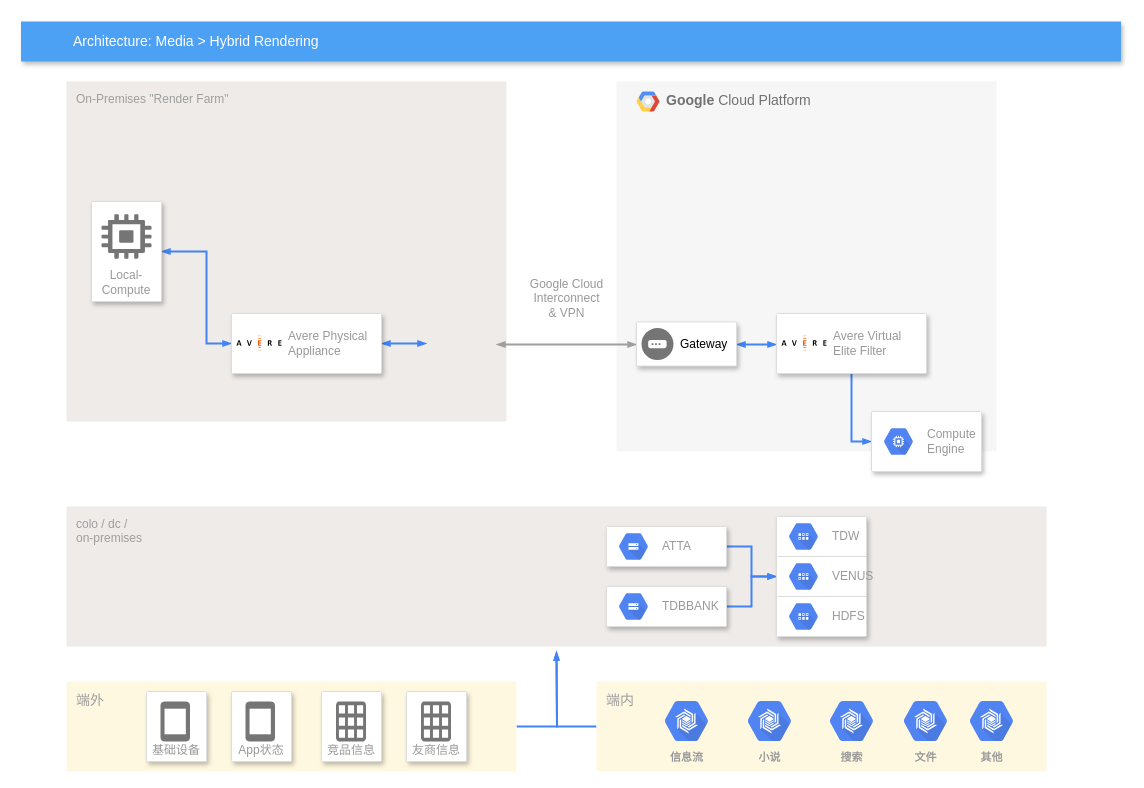
feiwsteven/cython keeps this draw.io diagram as engineering_Diagram.drawio. Above is the earlier version. Source tidied: cells renumbered, new cells numbered last; positions are measured from the earlier drawing's top-left corner, leaving out a move shared by most shapes. Both pictures are drawn from the tidied source at 100%, with x=0, y=0 at pixel (20, 21).
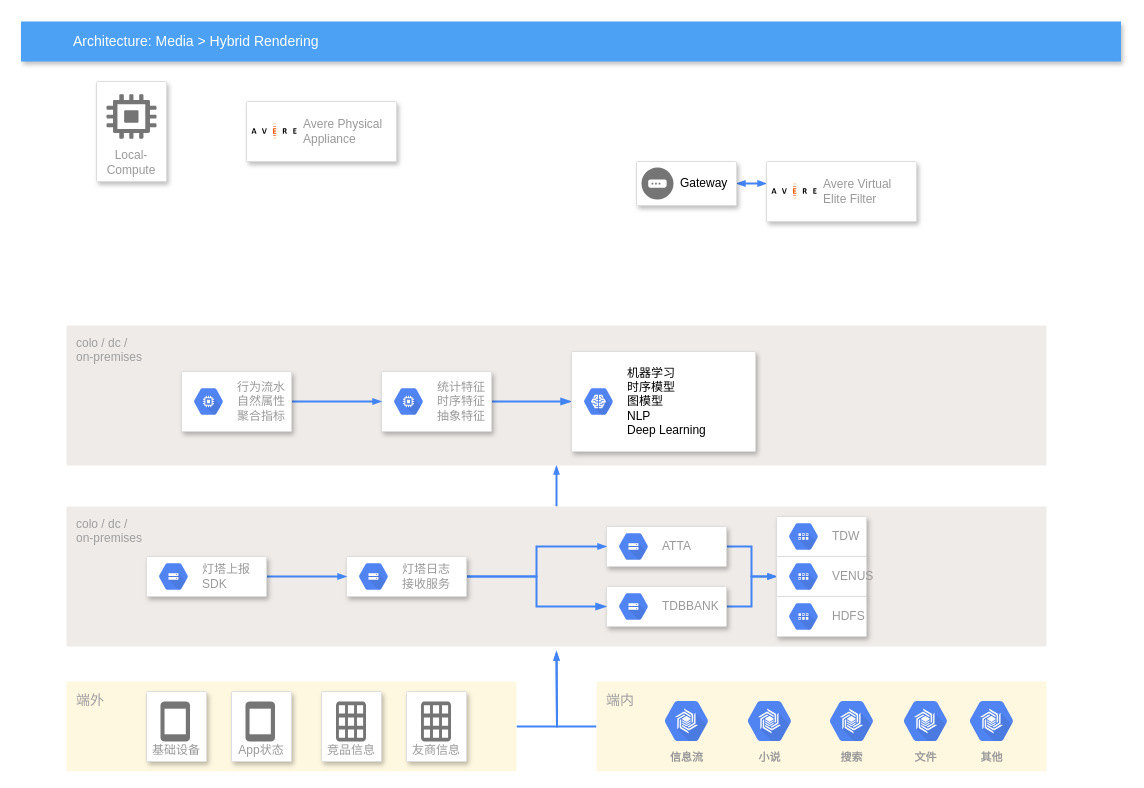
The same diagram, later.

Unchanged cells that the change refers to:
```xml
<mxCell id="38" value="colo / dc /&#10;on-premises" style="sketch=0;points=[[0,0,0],[0.25,0,0],[0.5,0,0],[0.75,0,0],[1,0,0],[1,0.25,0],[1,0.5,0],[1,0.75,0],[1,1,0],[0.75,1,0],[0.5,1,0],[0.25,1,0],[0,1,0],[0,0.75,0],[0,0.5,0],[0,0.25,0]];rounded=1;absoluteArcSize=1;arcSize=2;html=1;strokeColor=none;gradientColor=none;shadow=0;dashed=0;fontSize=12;fontColor=#9E9E9E;align=left;verticalAlign=top;spacing=10;spacingTop=-4;fillColor=#EFEBE9;" parent="1" vertex="1">
  <mxGeometry x="46" y="485" width="980" height="140" as="geometry" />
</mxCell>
<mxCell id="40" style="strokeColor=#dddddd;fillColor=#ffffff;shadow=1;strokeWidth=1;rounded=1;absoluteArcSize=1;arcSize=2;fontSize=17;fontColor=#000000;align=right;html=1;" parent="1" vertex="1">
  <mxGeometry x="586" y="505" width="120" height="40" as="geometry" />
</mxCell>
<mxCell id="43" style="strokeColor=#dddddd;fillColor=#ffffff;shadow=1;strokeWidth=1;rounded=1;absoluteArcSize=1;arcSize=2;fontSize=17;fontColor=#000000;align=right;html=1;" parent="1" vertex="1">
  <mxGeometry x="586" y="565" width="120" height="40" as="geometry" />
</mxCell>
```

What changed in the source:
```diff
@@
-    <mxCell id="2" value="&lt;b&gt;Google &lt;/b&gt;Cloud Platform" style="fillColor=#F6F6F6;strokeColor=none;shadow=0;gradientColor=none;fontSize=14;align=left;spacing=10;fontColor=#717171;9E9E9E;verticalAlign=top;spacingTop=-4;fontStyle=0;spacingLeft=40;html=1;" parent="1" vertex="1">
-      <mxGeometry x="596" y="60" width="380" height="370" as="geometry" />
-    </mxCell>
-    <mxCell id="3" style="shape=mxgraph.gcp2.google_cloud_platform;fillColor=#F6F6F6;strokeColor=none;shadow=0;gradientColor=none;" parent="2" vertex="1">
-      <mxGeometry width="23" height="20" relative="1" as="geometry">
-        <mxPoint x="20" y="10" as="offset" />
-      </mxGeometry>
-    </mxCell>
@@
-    <mxCell id="5" value="On-Premises &quot;Render Farm&quot;" style="rounded=1;absoluteArcSize=1;arcSize=2;html=1;strokeColor=none;gradientColor=none;shadow=0;dashed=0;strokeColor=none;fontSize=12;fontColor=#9E9E9E;align=left;verticalAlign=top;spacing=10;spacingTop=-4;fillColor=#EFEBE9;whiteSpace=wrap;" parent="1" vertex="1">
-      <mxGeometry x="46" y="60" width="440" height="340" as="geometry" />
-    </mxCell>
-    <mxCell id="6" style="edgeStyle=orthogonalEdgeStyle;rounded=0;elbow=vertical;html=1;startArrow=blockThin;startFill=1;endArrow=blockThin;endFill=1;jettySize=auto;strokeWidth=2;fontSize=10;fontColor=#999999;dashed=0;strokeColor=#4284F3;labelBackgroundColor=none;endSize=4;startSize=4;" parent="1" edge="1" source="7" target="10">
-      <mxGeometry relative="1" as="geometry">
-        <Array as="points">
-          <mxPoint x="186" y="230" />
-          <mxPoint x="186" y="322" />
-        </Array>
-      </mxGeometry>
-    </mxCell>
     <mxCell id="7" value="Local-Compute" style="strokeColor=#dddddd;fillColor=#ffffff;shadow=1;strokeWidth=1;rounded=1;absoluteArcSize=1;arcSize=2;labelPosition=center;verticalLabelPosition=middle;align=center;verticalAlign=bottom;spacingLeft=0;fontColor=#999999;fontSize=12;whiteSpace=wrap;spacingBottom=2;html=1;" parent="1" vertex="1">
-      <mxGeometry x="71" y="180" width="70" height="100" as="geometry" />
+      <mxGeometry x="76" y="60" width="70" height="100" as="geometry" />
     </mxCell>
@@
-    <mxCell id="9" style="edgeStyle=elbowEdgeStyle;rounded=0;elbow=vertical;html=1;startArrow=blockThin;startFill=1;endArrow=blockThin;endFill=1;jettySize=auto;strokeWidth=2;fontSize=10;fontColor=#999999;dashed=0;strokeColor=#4284F3;labelBackgroundColor=none;endSize=4;startSize=4;" parent="1" edge="1" source="10">
-      <mxGeometry relative="1" as="geometry">
-        <mxPoint x="406" y="322" as="targetPoint" />
-      </mxGeometry>
-    </mxCell>
     <mxCell id="10" style="strokeColor=#dddddd;fillColor=#ffffff;shadow=1;strokeWidth=1;rounded=1;absoluteArcSize=1;arcSize=2;fontSize=17;fontColor=#000000;align=right;html=1;" parent="1" vertex="1">
-      <mxGeometry x="211" y="292" width="150" height="60" as="geometry" />
+      <mxGeometry x="226" y="80" width="150" height="60" as="geometry" />
     </mxCell>
@@
-    <mxCell id="12" value="Google Cloud&lt;br&gt;Interconnect&lt;br&gt;&amp;amp; VPN&lt;br&gt;" style="edgeStyle=elbowEdgeStyle;rounded=0;elbow=vertical;html=1;startArrow=blockThin;startFill=1;endArrow=blockThin;endFill=1;jettySize=auto;strokeWidth=2;fontSize=12;fontColor=#999999;dashed=0;strokeColor=#9E9E9E;labelBackgroundColor=#ffffff;endSize=4;startSize=4;verticalAlign=bottom;" parent="1" edge="1" target="14">
-      <mxGeometry y="22" relative="1" as="geometry">
-        <mxPoint x="476" y="323" as="sourcePoint" />
-      </mxGeometry>
-    </mxCell>
@@
     <mxCell id="14" style="strokeColor=#dddddd;fillColor=#ffffff;shadow=1;strokeWidth=1;rounded=1;absoluteArcSize=1;arcSize=2;fontSize=17;fontColor=#000000;align=right;html=1;" parent="1" vertex="1">
-      <mxGeometry x="616" y="300.5" width="100" height="44" as="geometry" />
+      <mxGeometry x="616" y="140" width="100" height="44" as="geometry" />
     </mxCell>
@@
-    <mxCell id="16" style="edgeStyle=orthogonalEdgeStyle;rounded=0;elbow=vertical;html=1;startArrow=none;startFill=1;endArrow=blockThin;endFill=1;jettySize=auto;strokeWidth=2;fontSize=10;fontColor=#999999;dashed=0;strokeColor=#4284F3;labelBackgroundColor=none;endSize=4;startSize=4;" parent="1" edge="1" source="17" target="19">
-      <mxGeometry relative="1" as="geometry">
-        <Array as="points">
-          <mxPoint x="831" y="420" />
-        </Array>
-      </mxGeometry>
-    </mxCell>
     <mxCell id="17" style="strokeColor=#dddddd;fillColor=#ffffff;shadow=1;strokeWidth=1;rounded=1;absoluteArcSize=1;arcSize=2;fontSize=17;fontColor=#000000;align=right;html=1;" parent="1" vertex="1">
-      <mxGeometry x="756" y="292" width="150" height="60" as="geometry" />
+      <mxGeometry x="746" y="140" width="150" height="60" as="geometry" />
     </mxCell>
@@
-    <mxCell id="19" style="strokeColor=#dddddd;fillColor=#ffffff;shadow=1;strokeWidth=1;rounded=1;absoluteArcSize=1;arcSize=2;fontSize=17;fontColor=#000000;align=right;html=1;" parent="1" vertex="1">
-      <mxGeometry x="851" y="390" width="110" height="60" as="geometry" />
-    </mxCell>
-    <mxCell id="20" value="Compute&#10;Engine" style="dashed=0;html=1;fillColor=#5184F3;strokeColor=none;shape=mxgraph.gcp2.hexIcon;prIcon=compute_engine;labelPosition=right;verticalLabelPosition=middle;align=left;verticalAlign=middle;spacingLeft=5;fontColor=#999999;fontSize=12;" parent="19" vertex="1">
-      <mxGeometry y="0.5" width="44" height="39" relative="1" as="geometry">
-        <mxPoint x="5" y="-19.5" as="offset" />
-      </mxGeometry>
-    </mxCell>
@@
+    <mxCell id="51" style="edgeStyle=orthogonalEdgeStyle;rounded=0;jettySize=auto;html=1;fontSize=14;endArrow=blockThin;endFill=1;startSize=4;endSize=4;strokeColor=#4284F3;strokeWidth=2;" parent="1" edge="1" source="38" target="59">
+      <mxGeometry relative="1" as="geometry" />
+    </mxCell>
@@
+    <mxCell id="52" style="edgeStyle=orthogonalEdgeStyle;rounded=0;jettySize=auto;html=1;entryX=0;entryY=0.5;entryDx=0;entryDy=0;fontSize=14;endArrow=blockThin;endFill=1;startSize=4;endSize=4;strokeColor=#4284F3;strokeWidth=2;" parent="1" edge="1" source="54" target="40">
+      <mxGeometry relative="1" as="geometry" />
+    </mxCell>
+    <mxCell id="53" style="edgeStyle=orthogonalEdgeStyle;rounded=0;jettySize=auto;html=1;fontSize=14;endArrow=blockThin;endFill=1;strokeColor=#4284F3;strokeWidth=2;" parent="1" edge="1" source="54" target="43">
+      <mxGeometry relative="1" as="geometry" />
+    </mxCell>
+    <mxCell id="54" style="strokeColor=#dddddd;fillColor=#ffffff;shadow=1;strokeWidth=1;rounded=1;absoluteArcSize=1;arcSize=2;fontSize=17;fontColor=#000000;align=right;html=1;" parent="1" vertex="1">
+      <mxGeometry x="326" y="535" width="120" height="40" as="geometry" />
+    </mxCell>
+    <mxCell id="55" value="灯塔日志&lt;br&gt;接收服务" style="dashed=0;html=1;fillColor=#5184F3;strokeColor=none;shape=mxgraph.gcp2.hexIcon;prIcon=cloud_storage;labelPosition=right;verticalLabelPosition=middle;align=left;verticalAlign=middle;spacingLeft=5;fontColor=#999999;fontSize=12;" parent="54" vertex="1">
+      <mxGeometry y="0.5" width="44" height="39" relative="1" as="geometry">
+        <mxPoint x="5" y="-19.5" as="offset" />
+      </mxGeometry>
+    </mxCell>
+    <mxCell id="56" style="edgeStyle=orthogonalEdgeStyle;rounded=0;jettySize=auto;html=1;fontSize=14;endArrow=blockThin;endFill=1;startSize=4;endSize=4;strokeColor=#4284F3;strokeWidth=2;" parent="1" edge="1" source="57" target="54">
+      <mxGeometry relative="1" as="geometry" />
+    </mxCell>
+    <mxCell id="57" style="strokeColor=#dddddd;fillColor=#ffffff;shadow=1;strokeWidth=1;rounded=1;absoluteArcSize=1;arcSize=2;fontSize=17;fontColor=#000000;align=right;html=1;" parent="1" vertex="1">
+      <mxGeometry x="126" y="535" width="120" height="40" as="geometry" />
+    </mxCell>
+    <mxCell id="58" value="灯塔上报&lt;br&gt;SDK" style="dashed=0;html=1;fillColor=#5184F3;strokeColor=none;shape=mxgraph.gcp2.hexIcon;prIcon=cloud_storage;labelPosition=right;verticalLabelPosition=middle;align=left;verticalAlign=middle;spacingLeft=5;fontColor=#999999;fontSize=12;" parent="57" vertex="1">
+      <mxGeometry y="0.5" width="44" height="39" relative="1" as="geometry">
+        <mxPoint x="5" y="-19.5" as="offset" />
+      </mxGeometry>
+    </mxCell>
+    <mxCell id="59" value="colo / dc /&#10;on-premises" style="sketch=0;points=[[0,0,0],[0.25,0,0],[0.5,0,0],[0.75,0,0],[1,0,0],[1,0.25,0],[1,0.5,0],[1,0.75,0],[1,1,0],[0.75,1,0],[0.5,1,0],[0.25,1,0],[0,1,0],[0,0.75,0],[0,0.5,0],[0,0.25,0]];rounded=1;absoluteArcSize=1;arcSize=2;html=1;strokeColor=none;gradientColor=none;shadow=0;dashed=0;fontSize=12;fontColor=#9E9E9E;align=left;verticalAlign=top;spacing=10;spacingTop=-4;fillColor=#EFEBE9;" parent="1" vertex="1">
+      <mxGeometry x="46" y="304" width="980" height="140" as="geometry" />
+    </mxCell>
+    <mxCell id="60" style="edgeStyle=orthogonalEdgeStyle;rounded=0;jettySize=auto;html=1;fontSize=14;endArrow=blockThin;endFill=1;strokeColor=#4284F3;strokeWidth=2;" parent="1" edge="1" source="61" target="66">
+      <mxGeometry relative="1" as="geometry" />
+    </mxCell>
+    <mxCell id="61" style="strokeColor=#dddddd;shadow=1;strokeWidth=1;rounded=1;absoluteArcSize=1;arcSize=2;fontSize=14;" parent="1" vertex="1">
+      <mxGeometry x="361" y="350" width="110" height="60" as="geometry" />
+    </mxCell>
+    <mxCell id="62" value="统计特征&lt;br&gt;时序特征&lt;br&gt;抽象特征" style="sketch=0;dashed=0;html=1;fillColor=#5184F3;strokeColor=none;shape=mxgraph.gcp2.hexIcon;prIcon=compute_engine;labelPosition=right;verticalLabelPosition=middle;align=left;verticalAlign=middle;spacingLeft=5;fontColor=#999999;fontSize=12;" parent="61" vertex="1">
+      <mxGeometry y="0.5" width="44" height="39" relative="1" as="geometry">
+        <mxPoint x="5" y="-19.5" as="offset" />
+      </mxGeometry>
+    </mxCell>
+    <mxCell id="63" style="edgeStyle=orthogonalEdgeStyle;rounded=0;jettySize=auto;html=1;fontSize=14;endArrow=blockThin;endFill=1;startSize=4;endSize=4;strokeColor=#4284F3;strokeWidth=2;" parent="1" edge="1" source="64" target="61">
+      <mxGeometry relative="1" as="geometry" />
+    </mxCell>
+    <mxCell id="64" style="strokeColor=#dddddd;shadow=1;strokeWidth=1;rounded=1;absoluteArcSize=1;arcSize=2;fontSize=14;" parent="1" vertex="1">
+      <mxGeometry x="161" y="350" width="110" height="60" as="geometry" />
+    </mxCell>
+    <mxCell id="65" value="行为流水&lt;br&gt;自然属性&lt;br&gt;聚合指标" style="sketch=0;dashed=0;html=1;fillColor=#5184F3;strokeColor=none;shape=mxgraph.gcp2.hexIcon;prIcon=compute_engine;labelPosition=right;verticalLabelPosition=middle;align=left;verticalAlign=middle;spacingLeft=5;fontColor=#999999;fontSize=12;" parent="64" vertex="1">
+      <mxGeometry y="0.5" width="44" height="39" relative="1" as="geometry">
+        <mxPoint x="5" y="-19.5" as="offset" />
+      </mxGeometry>
+    </mxCell>
+    <mxCell id="66" style="strokeColor=#dddddd;shadow=1;strokeWidth=1;rounded=1;absoluteArcSize=1;arcSize=2;fontSize=14;" parent="1" vertex="1">
+      <mxGeometry x="551" y="330" width="184" height="100" as="geometry" />
+    </mxCell>
+    <mxCell id="67" value="&lt;font color=&quot;#000000&quot;&gt;&lt;span&gt;机器学习&lt;br&gt;时序模型&lt;br&gt;图模型&lt;br&gt;NLP&lt;br&gt;Deep Learning&lt;br&gt;&lt;/span&gt;&lt;/font&gt;" style="sketch=0;dashed=0;html=1;fillColor=#5184F3;strokeColor=none;shape=mxgraph.gcp2.hexIcon;prIcon=cloud_machine_learning;labelPosition=right;verticalLabelPosition=middle;align=left;verticalAlign=middle;spacingLeft=5;fontColor=#999999;fontSize=12;" parent="66" vertex="1">
+      <mxGeometry y="0.5" width="44" height="39" relative="1" as="geometry">
+        <mxPoint x="5" y="-19.5" as="offset" />
+      </mxGeometry>
+    </mxCell>
```
